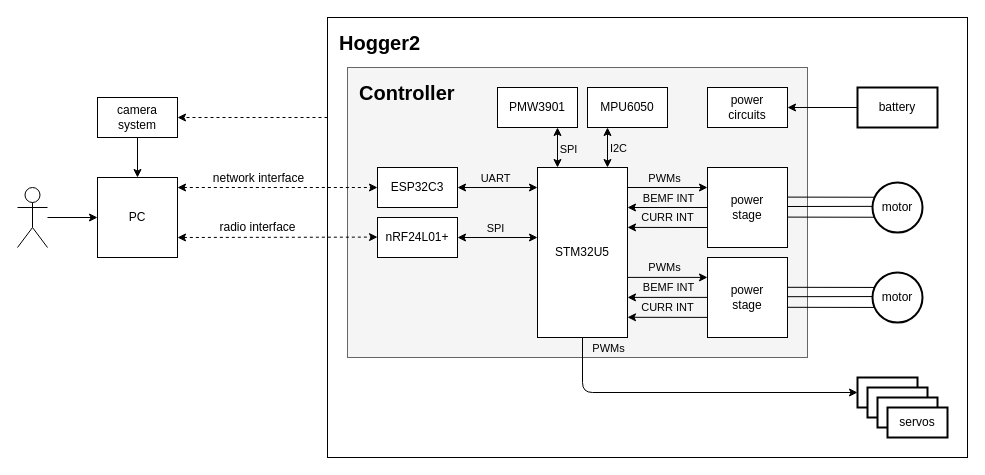
Earlier version of the draw.io diagram architecture.drawio (Eryk-Mozdzen/hogger2). Source tidied: cells renumbered, new cells numbered last; positions are measured from the earlier drawing's top-left corner, leaving out a move shared by most shapes. Both pictures are drawn from the tidied source at 100%, with x=0, y=0 at pixel (17, 17).
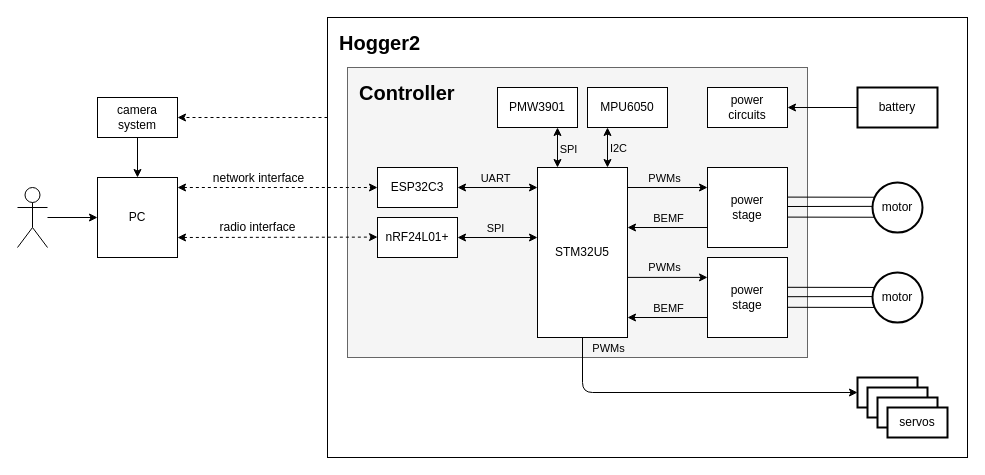
The same page after the edit.

Commit message:
remove current from architecture

What changed in the source:
```diff
@@
     <mxCell id="26" style="endArrow=classic;html=1;" parent="1" edge="1">
       <mxGeometry relative="1" as="geometry">
-        <mxPoint x="690" y="190" as="sourcePoint" />
-        <mxPoint x="610" y="190" as="targetPoint" />
+        <mxPoint x="690" y="210" as="sourcePoint" />
+        <mxPoint x="610" y="210" as="targetPoint" />
       </mxGeometry>
     </mxCell>
-    <mxCell id="27" value="BEMF INT" style="edgeLabel;html=1;align=center;verticalAlign=middle;labelBackgroundColor=none;" parent="26" vertex="1">
+    <mxCell id="27" value="BEMF" style="edgeLabel;html=1;align=center;verticalAlign=middle;labelBackgroundColor=none;" parent="26" vertex="1">
       <mxGeometry x="0.35" y="2" relative="1" as="geometry">
         <mxPoint x="14" y="-12" as="offset" />
       </mxGeometry>
     </mxCell>
-    <mxCell id="28" style="endArrow=classic;html=1;" parent="1" edge="1">
-      <mxGeometry relative="1" as="geometry">
-        <mxPoint x="690" y="210" as="sourcePoint" />
-        <mxPoint x="610" y="209.9" as="targetPoint" />
-      </mxGeometry>
-    </mxCell>
-    <mxCell id="29" value="CURR INT" style="edgeLabel;html=1;align=center;verticalAlign=middle;labelBackgroundColor=none;" parent="28" vertex="1">
-      <mxGeometry x="0.35" y="2" relative="1" as="geometry">
-        <mxPoint x="14" y="-12" as="offset" />
-      </mxGeometry>
-    </mxCell>
@@
     <mxCell id="32" style="endArrow=classic;html=1;" parent="1" edge="1">
       <mxGeometry relative="1" as="geometry">
-        <mxPoint x="690" y="279.9" as="sourcePoint" />
-        <mxPoint x="610" y="279.9" as="targetPoint" />
+        <mxPoint x="690" y="300" as="sourcePoint" />
+        <mxPoint x="610" y="300" as="targetPoint" />
       </mxGeometry>
     </mxCell>
-    <mxCell id="33" value="BEMF INT" style="edgeLabel;html=1;align=center;verticalAlign=middle;labelBackgroundColor=none;" parent="32" vertex="1">
+    <mxCell id="33" value="BEMF" style="edgeLabel;html=1;align=center;verticalAlign=middle;labelBackgroundColor=none;" parent="32" vertex="1">
       <mxGeometry x="0.35" y="2" relative="1" as="geometry">
         <mxPoint x="14" y="-12" as="offset" />
       </mxGeometry>
     </mxCell>
-    <mxCell id="34" style="endArrow=classic;html=1;" parent="1" edge="1">
-      <mxGeometry relative="1" as="geometry">
-        <mxPoint x="690" y="299.9" as="sourcePoint" />
-        <mxPoint x="610" y="299.8" as="targetPoint" />
-      </mxGeometry>
-    </mxCell>
-    <mxCell id="35" value="CURR INT" style="edgeLabel;html=1;align=center;verticalAlign=middle;labelBackgroundColor=none;" parent="34" vertex="1">
-      <mxGeometry x="0.35" y="2" relative="1" as="geometry">
-        <mxPoint x="14" y="-12" as="offset" />
-      </mxGeometry>
-    </mxCell>
```
